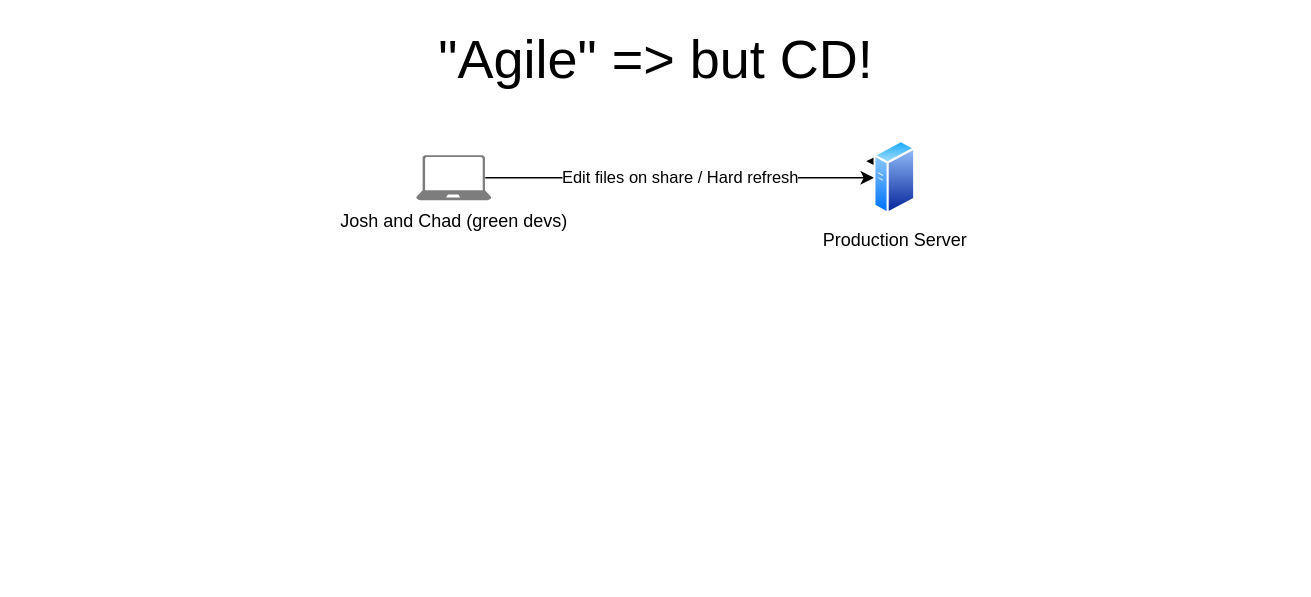
Before: page "Cow-person Agile" (1 of 4) of documentation/architecture.drawio in codeethic/ubiquitous-invention, a draw.io diagram. Source tidied: cells renumbered, new cells numbered last; positions are measured from the earlier drawing's top-left corner, leaving out a move shared by most shapes. Both pictures are drawn from the tidied source at 150%, with x=0, y=0 at pixel (26, 36).
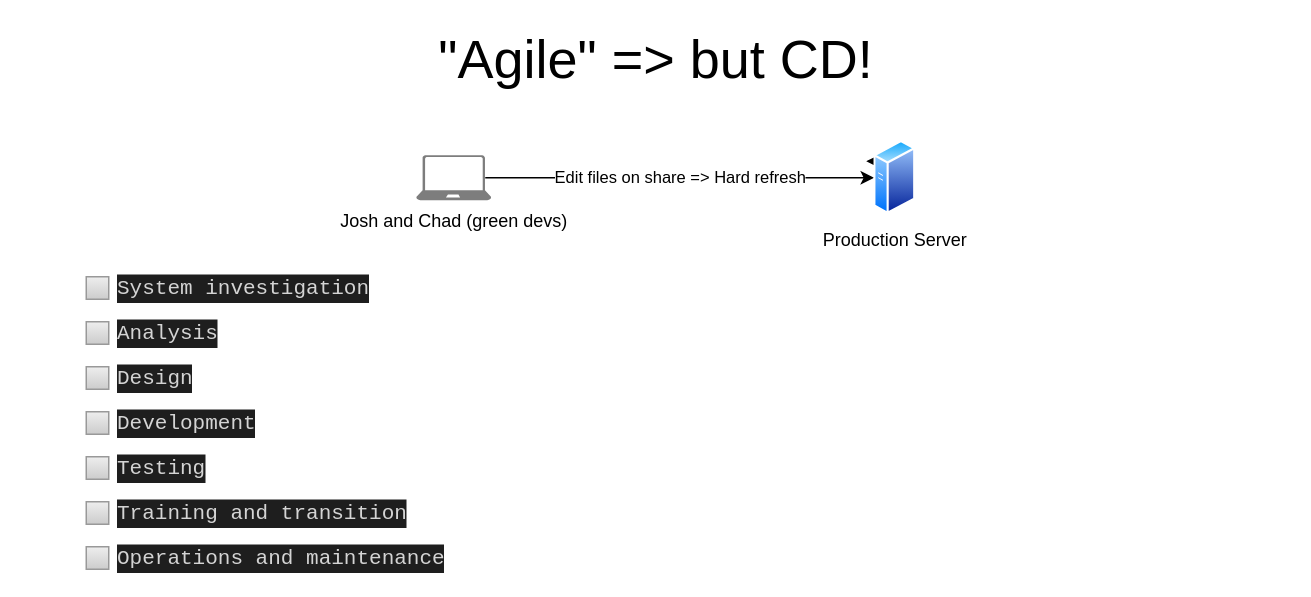
The same diagram, later.

Diff of the diagram source:
```diff
@@
 <mxGraphModel>
   <root>
     <mxCell id="0" />
     <mxCell id="1" parent="0" />
-    <mxCell id="2" value="Edit files on share / Hard refresh" style="edgeStyle=none;html=1;exitX=0.92;exitY=0.5;exitDx=0;exitDy=0;exitPerimeter=0;entryX=0;entryY=0.5;entryDx=0;entryDy=0;" parent="1" edge="1" source="3" target="5">
+    <mxCell id="2" value="Edit files on share =&amp;gt; Hard refresh" style="edgeStyle=none;html=1;exitX=0.92;exitY=0.5;exitDx=0;exitDy=0;exitPerimeter=0;entryX=0;entryY=0.5;entryDx=0;entryDy=0;" parent="1" edge="1" source="3" target="5">
       <mxGeometry relative="1" as="geometry" />
     </mxCell>
     <mxCell id="3" value="Josh and Chad (green devs)&lt;br&gt;" style="shadow=0;dashed=0;html=1;strokeColor=none;labelPosition=center;verticalLabelPosition=bottom;verticalAlign=top;align=center;shape=mxgraph.azure.laptop;fillColor=#7D7D7D;" parent="1" vertex="1">
       <mxGeometry x="260" y="79" width="50" height="30" as="geometry" />
     </mxCell>
     <mxCell id="4" style="edgeStyle=none;html=1;exitX=1;exitY=0.25;exitDx=0;exitDy=0;" parent="1" edge="1" source="5">
       <mxGeometry relative="1" as="geometry">
         <mxPoint x="560" y="83" as="targetPoint" />
       </mxGeometry>
     </mxCell>
     <mxCell id="5" value="Production Server&lt;br&gt;" style="perimeter=ellipsePerimeter;html=1;align=center;shadow=0;dashed=0;spacingTop=3;image;image=img/lib/active_directory/generic_server.svg;" parent="1" vertex="1">
       <mxGeometry x="565.2" y="69" width="28" height="50" as="geometry" />
     </mxCell>
     <mxCell id="6" value="&lt;span style=&quot;font-size: 36px&quot;&gt;&quot;Agile&quot; =&amp;gt; but CD!&lt;/span&gt;" style="text;html=1;strokeColor=none;fillColor=none;align=center;verticalAlign=middle;whiteSpace=wrap;rounded=0;dashed=1;" parent="1" vertex="1">
       <mxGeometry width="840" height="29" as="geometry" />
     </mxCell>
+    <mxCell id="7" value="&lt;div style=&quot;color: rgb(212 , 212 , 212) ; background-color: rgb(30 , 30 , 30) ; font-family: &amp;#34;consolas&amp;#34; , &amp;#34;courier new&amp;#34; , monospace ; font-size: 14px ; line-height: 19px&quot;&gt;System investigation&lt;/div&gt;" style="strokeWidth=1;shadow=0;dashed=0;align=center;html=1;shape=mxgraph.mockup.forms.rrect;rSize=0;fillColor=#eeeeee;strokeColor=#999999;gradientColor=#cccccc;align=left;spacingLeft=4;fontSize=17;fontColor=#666666;labelPosition=right;comic=0;" parent="1" vertex="1">
+      <mxGeometry x="40" y="160" width="15" height="15" as="geometry" />
+    </mxCell>
+    <mxCell id="8" value="&lt;div style=&quot;color: rgb(212 , 212 , 212) ; background-color: rgb(30 , 30 , 30) ; font-family: &amp;#34;consolas&amp;#34; , &amp;#34;courier new&amp;#34; , monospace ; font-size: 14px ; line-height: 19px&quot;&gt;Analysis&lt;/div&gt;" style="strokeWidth=1;shadow=0;dashed=0;align=center;html=1;shape=mxgraph.mockup.forms.rrect;rSize=0;fillColor=#eeeeee;strokeColor=#999999;gradientColor=#cccccc;align=left;spacingLeft=4;fontSize=17;fontColor=#666666;labelPosition=right;" parent="1" vertex="1">
+      <mxGeometry x="40" y="190" width="15" height="15" as="geometry" />
+    </mxCell>
+    <mxCell id="9" value="&lt;div style=&quot;color: rgb(212 , 212 , 212) ; background-color: rgb(30 , 30 , 30) ; font-family: &amp;#34;consolas&amp;#34; , &amp;#34;courier new&amp;#34; , monospace ; font-size: 14px ; line-height: 19px&quot;&gt;Design&lt;/div&gt;" style="strokeWidth=1;shadow=0;dashed=0;align=center;html=1;shape=mxgraph.mockup.forms.rrect;rSize=0;fillColor=#eeeeee;strokeColor=#999999;gradientColor=#cccccc;align=left;spacingLeft=4;fontSize=17;fontColor=#666666;labelPosition=right;" parent="1" vertex="1">
+      <mxGeometry x="40" y="220" width="15" height="15" as="geometry" />
+    </mxCell>
+    <mxCell id="10" value="&lt;div style=&quot;color: rgb(212 , 212 , 212) ; background-color: rgb(30 , 30 , 30) ; font-family: &amp;#34;consolas&amp;#34; , &amp;#34;courier new&amp;#34; , monospace ; font-size: 14px ; line-height: 19px&quot;&gt;Development&lt;/div&gt;" style="strokeWidth=1;shadow=0;dashed=0;align=center;html=1;shape=mxgraph.mockup.forms.rrect;rSize=0;fillColor=#eeeeee;strokeColor=#999999;gradientColor=#cccccc;align=left;spacingLeft=4;fontSize=17;fontColor=#666666;labelPosition=right;" parent="1" vertex="1">
+      <mxGeometry x="40" y="250" width="15" height="15" as="geometry" />
+    </mxCell>
+    <mxCell id="11" value="&lt;div style=&quot;color: rgb(212 , 212 , 212) ; background-color: rgb(30 , 30 , 30) ; font-family: &amp;#34;consolas&amp;#34; , &amp;#34;courier new&amp;#34; , monospace ; font-size: 14px ; line-height: 19px&quot;&gt;Testing&lt;/div&gt;" style="strokeWidth=1;shadow=0;dashed=0;align=center;html=1;shape=mxgraph.mockup.forms.rrect;rSize=0;fillColor=#eeeeee;strokeColor=#999999;gradientColor=#cccccc;align=left;spacingLeft=4;fontSize=17;fontColor=#666666;labelPosition=right;" parent="1" vertex="1">
+      <mxGeometry x="40" y="280" width="15" height="15" as="geometry" />
+    </mxCell>
+    <mxCell id="12" value="&lt;div style=&quot;color: rgb(212 , 212 , 212) ; background-color: rgb(30 , 30 , 30) ; font-family: &amp;#34;consolas&amp;#34; , &amp;#34;courier new&amp;#34; , monospace ; font-size: 14px ; line-height: 19px&quot;&gt;Training and transition&lt;/div&gt;" style="strokeWidth=1;shadow=0;dashed=0;align=center;html=1;shape=mxgraph.mockup.forms.rrect;rSize=0;fillColor=#eeeeee;strokeColor=#999999;gradientColor=#cccccc;align=left;spacingLeft=4;fontSize=17;fontColor=#666666;labelPosition=right;" parent="1" vertex="1">
+      <mxGeometry x="40" y="310" width="15" height="15" as="geometry" />
+    </mxCell>
+    <mxCell id="13" value="&lt;div style=&quot;color: rgb(212 , 212 , 212) ; background-color: rgb(30 , 30 , 30) ; font-family: &amp;#34;consolas&amp;#34; , &amp;#34;courier new&amp;#34; , monospace ; font-size: 14px ; line-height: 19px&quot;&gt;&lt;div style=&quot;font-family: &amp;#34;consolas&amp;#34; , &amp;#34;courier new&amp;#34; , monospace ; line-height: 19px&quot;&gt;Operations and maintenance&lt;/div&gt;&lt;/div&gt;" style="strokeWidth=1;shadow=0;dashed=0;align=center;html=1;shape=mxgraph.mockup.forms.rrect;rSize=0;fillColor=#eeeeee;strokeColor=#999999;gradientColor=#cccccc;align=left;spacingLeft=4;fontSize=17;fontColor=#666666;labelPosition=right;" parent="1" vertex="1">
+      <mxGeometry x="40" y="340" width="15" height="15" as="geometry" />
+    </mxCell>
   </root>
 </mxGraphModel>
```
